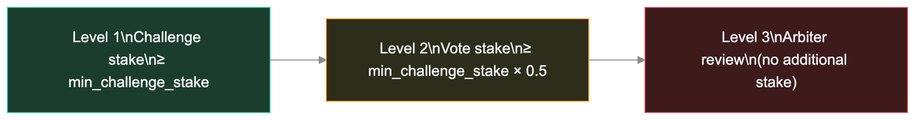
The Mermaid diagram images/oracle-3-stake-levels.png in forgesworn/nip-drafts, before a commit. Its source is kept beside it as images/oracle-3-stake-levels.mmd. Source of this version:
```mermaid
flowchart LR
    L1["Level 1\nChallenge stake\n≥ min_challenge_stake"] --> L2["Level 2\nVote stake\n≥ min_challenge_stake × 0.5"]
    L2 --> L3["Level 3\nArbiter review\n(no additional stake)"]

    style L1 fill:#1b3d2d,stroke:#16c79a,color:#f0f0f0
    style L2 fill:#2d2d1b,stroke:#f5a623,color:#f0f0f0
    style L3 fill:#3d1b1b,stroke:#e94560,color:#f0f0f0
```
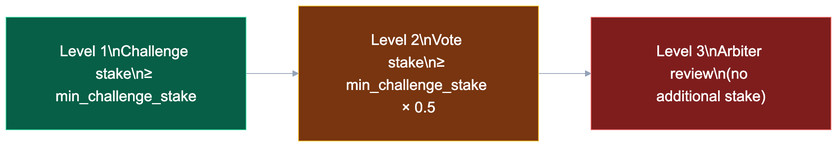
After the change.

Change to the diagram source:
```diff
@@ -2,6 +2,6 @@
     L1["Level 1\nChallenge stake\n≥ min_challenge_stake"] --> L2["Level 2\nVote stake\n≥ min_challenge_stake × 0.5"]
     L2 --> L3["Level 3\nArbiter review\n(no additional stake)"]
 
-    style L1 fill:#1b3d2d,stroke:#16c79a,color:#f0f0f0
-    style L2 fill:#2d2d1b,stroke:#f5a623,color:#f0f0f0
-    style L3 fill:#3d1b1b,stroke:#e94560,color:#f0f0f0
+    style L1 fill:#065f46,stroke:#34d399,color:#ffffff
+    style L2 fill:#78350f,stroke:#fbbf24,color:#ffffff
+    style L3 fill:#7f1d1d,stroke:#f87171,color:#ffffff
```
